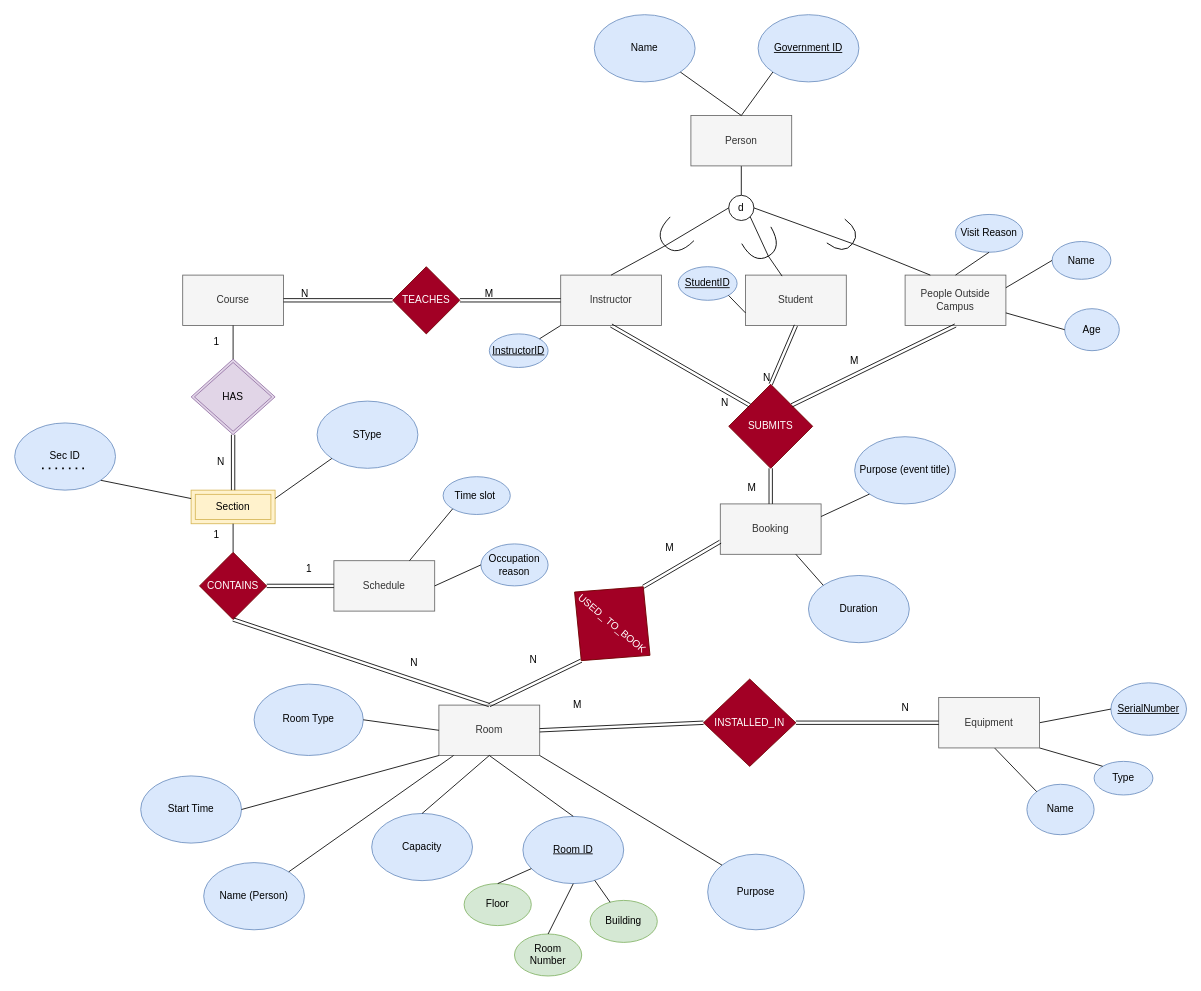
This is Step 2 ER/EER Diagram.drawio from William-BC-CA/CPSC2221_Term_Project_Files, a draw.io file, before an edit. Source tidied: cells renumbered, new cells numbered last; positions are measured from the earlier drawing's top-left corner, leaving out a move shared by most shapes. Both pictures are drawn from the tidied source at 84%, with x=0, y=0 at pixel (14, 14).
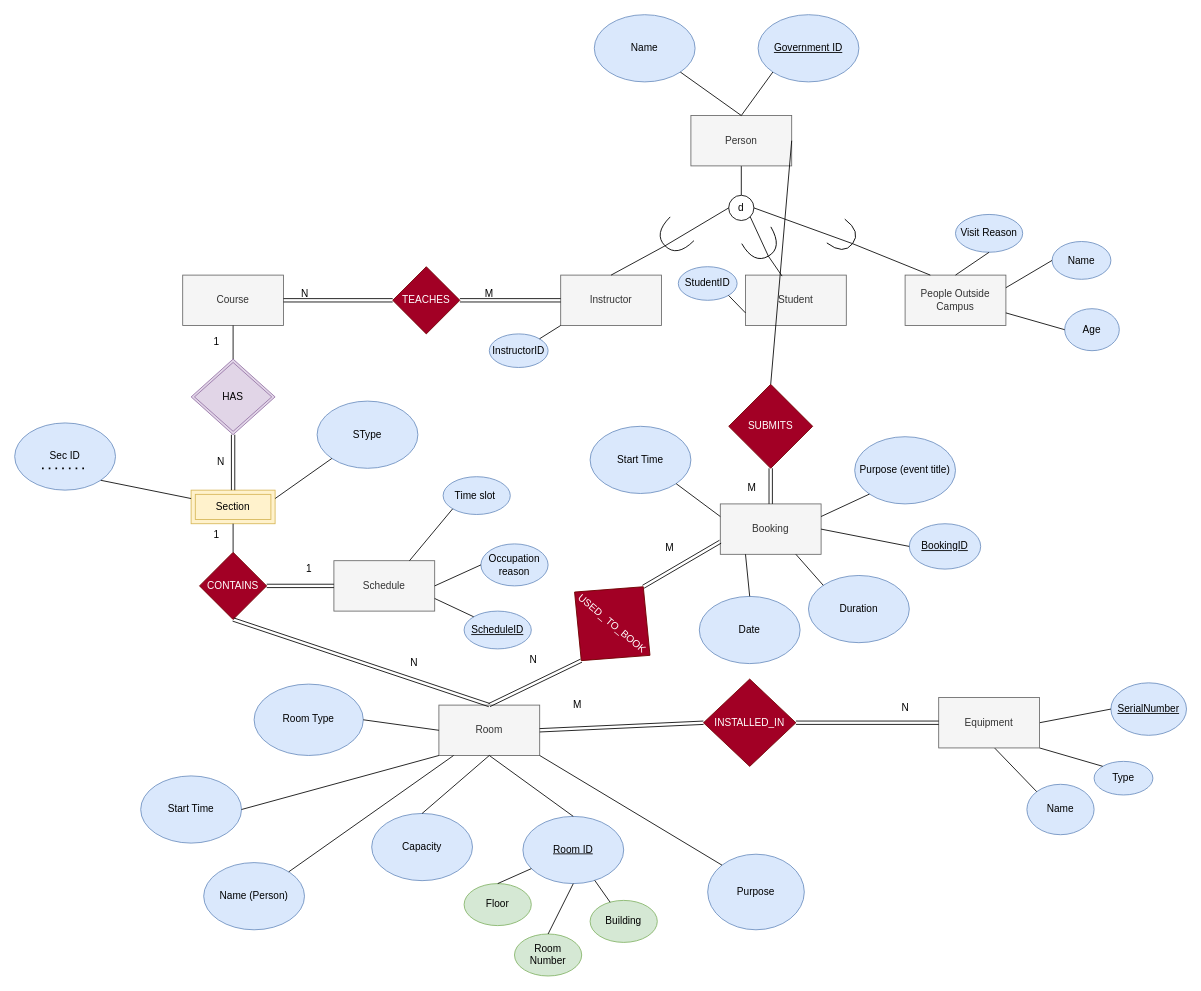
Above is the later version.

The change refers to these unchanged cells:
```xml
<mxCell id="2" value="Instructor" style="rounded=0;whiteSpace=wrap;html=1;fillColor=#f5f5f5;strokeColor=#666666;fontColor=#333333;" parent="1" vertex="1">
  <mxGeometry x="650" y="310" width="120" height="60" as="geometry" />
</mxCell>
<mxCell id="31" value="Person" style="rounded=0;whiteSpace=wrap;html=1;fillColor=#f5f5f5;fontColor=#333333;strokeColor=#666666;" parent="1" vertex="1">
  <mxGeometry x="805" y="120" width="120" height="60" as="geometry" />
</mxCell>
<mxCell id="32" value="Schedule" style="rounded=0;whiteSpace=wrap;html=1;fillColor=#f5f5f5;fontColor=#333333;strokeColor=#666666;" parent="1" vertex="1">
  <mxGeometry x="380" y="650" width="120" height="60" as="geometry" />
</mxCell>
<mxCell id="44" value="Booking" style="rounded=0;whiteSpace=wrap;html=1;fillColor=#f5f5f5;fontColor=#333333;strokeColor=#666666;" parent="1" vertex="1">
  <mxGeometry x="840" y="582.4" width="120" height="60" as="geometry" />
</mxCell>
<mxCell id="45" value="Student" style="rounded=0;whiteSpace=wrap;html=1;fillColor=#f5f5f5;fontColor=#333333;strokeColor=#666666;" parent="1" vertex="1">
  <mxGeometry x="870" y="310" width="120" height="60" as="geometry" />
</mxCell>
<mxCell id="46" value="People Outside Campus" style="rounded=0;whiteSpace=wrap;html=1;fillColor=#f5f5f5;fontColor=#333333;strokeColor=#666666;" parent="1" vertex="1">
  <mxGeometry x="1060" y="310" width="120" height="60" as="geometry" />
</mxCell>
<mxCell id="86" value="SUBMITS" style="rhombus;whiteSpace=wrap;html=1;fillColor=#a20025;fontColor=#ffffff;strokeColor=#6F0000;" parent="1" vertex="1">
  <mxGeometry x="850" y="440" width="100" height="100" as="geometry" />
</mxCell>
```

What changed in the source:
```diff
@@
-    <mxCell id="87" style="shape=link;html=1;rounded=0;exitX=0.5;exitY=1;exitDx=0;exitDy=0;entryX=0;entryY=0;entryDx=0;entryDy=0;" parent="1" edge="1" source="2" target="86">
-      <mxGeometry relative="1" as="geometry" />
-    </mxCell>
-    <mxCell id="88" value="N" style="html=1;align=right;verticalAlign=bottom;" parent="87" vertex="1">
-      <mxGeometry x="1" relative="1" as="geometry">
-        <mxPoint x="-25" y="5" as="offset" />
-      </mxGeometry>
-    </mxCell>
-    <mxCell id="89" style="shape=link;html=1;rounded=0;exitX=0.5;exitY=1;exitDx=0;exitDy=0;entryX=0.5;entryY=0;entryDx=0;entryDy=0;" parent="1" edge="1" source="45" target="86">
-      <mxGeometry relative="1" as="geometry" />
-    </mxCell>
-    <mxCell id="90" value="N" style="html=1;align=right;verticalAlign=bottom;" parent="89" vertex="1">
-      <mxGeometry x="1" relative="1" as="geometry" />
-    </mxCell>
-    <mxCell id="91" style="shape=link;html=1;rounded=0;entryX=0.5;entryY=1;entryDx=0;entryDy=0;exitX=1;exitY=0;exitDx=0;exitDy=0;" parent="1" edge="1" source="86" target="46">
-      <mxGeometry relative="1" as="geometry" />
-    </mxCell>
-    <mxCell id="92" value="M" style="html=1;align=right;verticalAlign=bottom;" parent="91" vertex="1">
-      <mxGeometry x="1" relative="1" as="geometry">
-        <mxPoint x="-115" y="50" as="offset" />
-      </mxGeometry>
-    </mxCell>
@@
-    <mxCell id="102" value="&lt;u&gt;StudentID&lt;/u&gt;" style="ellipse;whiteSpace=wrap;html=1;fillColor=#dae8fc;strokeColor=#6c8ebf;" parent="1" vertex="1">
+    <mxCell id="102" value="StudentID" style="ellipse;whiteSpace=wrap;html=1;fillColor=#dae8fc;strokeColor=#6c8ebf;" parent="1" vertex="1">
       <mxGeometry x="790" y="300" width="70" height="40" as="geometry" />
     </mxCell>
@@
-    <mxCell id="104" value="&lt;u&gt;InstructorID&lt;/u&gt;" style="ellipse;whiteSpace=wrap;html=1;fillColor=#dae8fc;strokeColor=#6c8ebf;" parent="1" vertex="1">
+    <mxCell id="104" value="InstructorID" style="ellipse;whiteSpace=wrap;html=1;fillColor=#dae8fc;strokeColor=#6c8ebf;" parent="1" vertex="1">
       <mxGeometry x="565" y="380" width="70" height="40" as="geometry" />
     </mxCell>
@@
+    <mxCell id="112" style="endArrow=none;html=1;rounded=0;entryX=1;entryY=0.5;entryDx=0;entryDy=0;exitX=0.5;exitY=0;exitDx=0;exitDy=0;" parent="1" edge="1" source="86" target="31">
+      <mxGeometry relative="1" as="geometry" />
+    </mxCell>
+    <mxCell id="113" value="&lt;u&gt;BookingID&lt;/u&gt;" style="ellipse;whiteSpace=wrap;html=1;fillColor=#dae8fc;strokeColor=#6c8ebf;" parent="1" vertex="1">
+      <mxGeometry x="1065" y="606" width="85" height="54" as="geometry" />
+    </mxCell>
+    <mxCell id="114" style="endArrow=none;html=1;rounded=0;entryX=0;entryY=0.5;entryDx=0;entryDy=0;exitX=1;exitY=0.5;exitDx=0;exitDy=0;" parent="1" edge="1" source="44" target="113">
+      <mxGeometry relative="1" as="geometry" />
+    </mxCell>
+    <mxCell id="115" value="&lt;u&gt;ScheduleID&lt;/u&gt;" style="ellipse;whiteSpace=wrap;html=1;fillColor=#dae8fc;strokeColor=#6c8ebf;" parent="1" vertex="1">
+      <mxGeometry x="535" y="710" width="80" height="45" as="geometry" />
+    </mxCell>
+    <mxCell id="116" style="endArrow=none;html=1;rounded=0;entryX=0;entryY=0;entryDx=0;entryDy=0;exitX=1;exitY=0.75;exitDx=0;exitDy=0;" parent="1" edge="1" source="32" target="115">
+      <mxGeometry relative="1" as="geometry" />
+    </mxCell>
+    <mxCell id="117" value="Date" style="ellipse;whiteSpace=wrap;html=1;fillColor=#dae8fc;strokeColor=#6c8ebf;" parent="1" vertex="1">
+      <mxGeometry x="815" y="692.5" width="120" height="80" as="geometry" />
+    </mxCell>
+    <mxCell id="118" style="endArrow=none;html=1;rounded=0;entryX=0.25;entryY=1;entryDx=0;entryDy=0;exitX=0.5;exitY=0;exitDx=0;exitDy=0;" parent="1" edge="1" source="117" target="44">
+      <mxGeometry relative="1" as="geometry" />
+    </mxCell>
+    <mxCell id="119" value="Start Time" style="ellipse;whiteSpace=wrap;html=1;fillColor=#dae8fc;strokeColor=#6c8ebf;" parent="1" vertex="1">
+      <mxGeometry x="685" y="490" width="120" height="80" as="geometry" />
+    </mxCell>
+    <mxCell id="120" style="endArrow=none;html=1;rounded=0;entryX=1;entryY=1;entryDx=0;entryDy=0;exitX=0;exitY=0.25;exitDx=0;exitDy=0;" parent="1" edge="1" source="44" target="119">
+      <mxGeometry relative="1" as="geometry" />
+    </mxCell>
```
